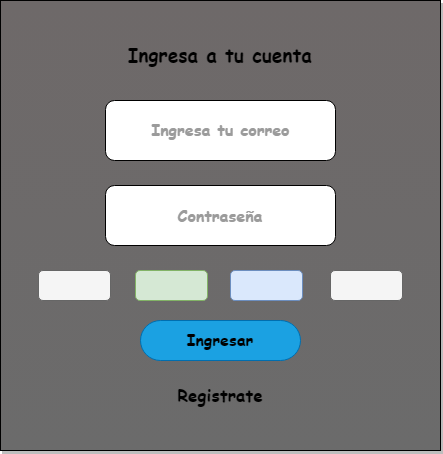
Before: wireframe/login_DH_Venture_Capitals.png, a diagram exported from draw.io (Sir-Ryu/Grupo-3). Source tidied: cells renumbered, new cells last; positions are measured from the earlier drawing's top-left corner, leaving out a move shared by most shapes.
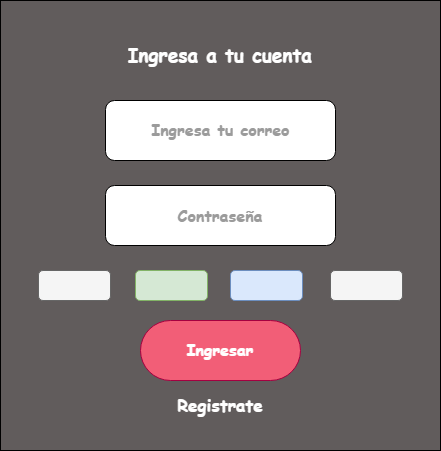
After the change.

The edit, as a diff of the source:
```diff
@@ -2,7 +2,7 @@
   <root>
     <mxCell id="0" />
     <mxCell id="1" parent="0" />
-    <mxCell id="2" style="rounded=0;whiteSpace=wrap;html=1;fontSize=16;labelBackgroundColor=none;fillColor=#6b6b6b;strokeColor=default;fontColor=#EEEEEE;glass=0;shadow=1;gradientColor=#6E6969;gradientDirection=north;" parent="1" vertex="1">
+    <mxCell id="2" style="rounded=0;whiteSpace=wrap;html=1;fontSize=16;labelBackgroundColor=none;fillColor=#615C5C;strokeColor=default;fontColor=#EEEEEE;glass=0;shadow=0;gradientColor=none;gradientDirection=north;" parent="1" vertex="1">
       <mxGeometry width="440" height="450" as="geometry" />
     </mxCell>
     <mxCell id="3" style="rounded=1;whiteSpace=wrap;html=1;fontSize=16;labelBackgroundColor=none;fillColor=#f5f5f5;fontColor=#333333;strokeColor=#666666;" parent="1" vertex="1">
@@ -35,14 +35,14 @@
     <mxCell id="11" value="&lt;font face=&quot;Comic Sans MS&quot;&gt;Contraseña&lt;/font&gt;" style="text;strokeColor=none;fillColor=none;html=1;align=center;verticalAlign=middle;whiteSpace=wrap;rounded=0;fontSize=16;fontColor=#9b9b9b;fontFamily=Verdana;fontStyle=1;" parent="1" vertex="1">
       <mxGeometry x="140" y="200" width="160" height="30" as="geometry" />
     </mxCell>
-    <mxCell id="12" value="&lt;b style=&quot;&quot;&gt;&lt;font face=&quot;Comic Sans MS&quot;&gt;Ingresar&lt;/font&gt;&lt;/b&gt;" style="rounded=1;whiteSpace=wrap;html=1;fontSize=16;strokeColor=#006EAF;labelBackgroundColor=none;labelBorderColor=none;arcSize=50;fillColor=#1ba1e2;fontColor=default;" parent="1" vertex="1">
-      <mxGeometry x="140" y="320" width="160" height="40" as="geometry" />
+    <mxCell id="12" value="&lt;b style=&quot;&quot;&gt;&lt;font color=&quot;#ffffff&quot; face=&quot;Comic Sans MS&quot;&gt;Ingresar&lt;/font&gt;&lt;/b&gt;" style="rounded=1;whiteSpace=wrap;html=1;fontSize=16;strokeColor=#A50040;labelBackgroundColor=none;labelBorderColor=none;arcSize=50;fillColor=#F25E77;fontColor=default;" parent="1" vertex="1">
+      <mxGeometry x="140" y="320" width="160" height="60" as="geometry" />
     </mxCell>
-    <mxCell id="13" value="&lt;b&gt;&lt;font face=&quot;Comic Sans MS&quot; style=&quot;font-size: 19px;&quot;&gt;Ingresa a tu cuenta&lt;/font&gt;&lt;/b&gt;" style="text;html=1;align=center;verticalAlign=middle;whiteSpace=wrap;rounded=0;fontSize=16;" parent="1" vertex="1">
+    <mxCell id="13" value="&lt;b&gt;&lt;font color=&quot;#ffffff&quot; face=&quot;Comic Sans MS&quot; style=&quot;font-size: 19px;&quot;&gt;Ingresa a tu cuenta&lt;/font&gt;&lt;/b&gt;" style="text;html=1;align=center;verticalAlign=middle;whiteSpace=wrap;rounded=0;fontSize=16;" parent="1" vertex="1">
       <mxGeometry x="70" y="30" width="300" height="50" as="geometry" />
     </mxCell>
-    <mxCell id="14" value="&lt;b&gt;&lt;font face=&quot;Comic Sans MS&quot; style=&quot;font-size: 17px;&quot;&gt;Registrate&lt;/font&gt;&lt;/b&gt;" style="text;strokeColor=none;fillColor=none;html=1;align=center;verticalAlign=middle;whiteSpace=wrap;rounded=0;fontSize=16;" parent="1" vertex="1">
-      <mxGeometry x="75" y="380" width="290" height="30" as="geometry" />
+    <mxCell id="14" value="&lt;b&gt;&lt;font color=&quot;#ffffff&quot; face=&quot;Comic Sans MS&quot; style=&quot;font-size: 17px;&quot;&gt;Registrate&lt;/font&gt;&lt;/b&gt;" style="text;strokeColor=none;fillColor=none;html=1;align=center;verticalAlign=middle;whiteSpace=wrap;rounded=0;fontSize=16;" parent="1" vertex="1">
+      <mxGeometry x="75" y="390" width="290" height="30" as="geometry" />
     </mxCell>
   </root>
 </mxGraphModel>
```
